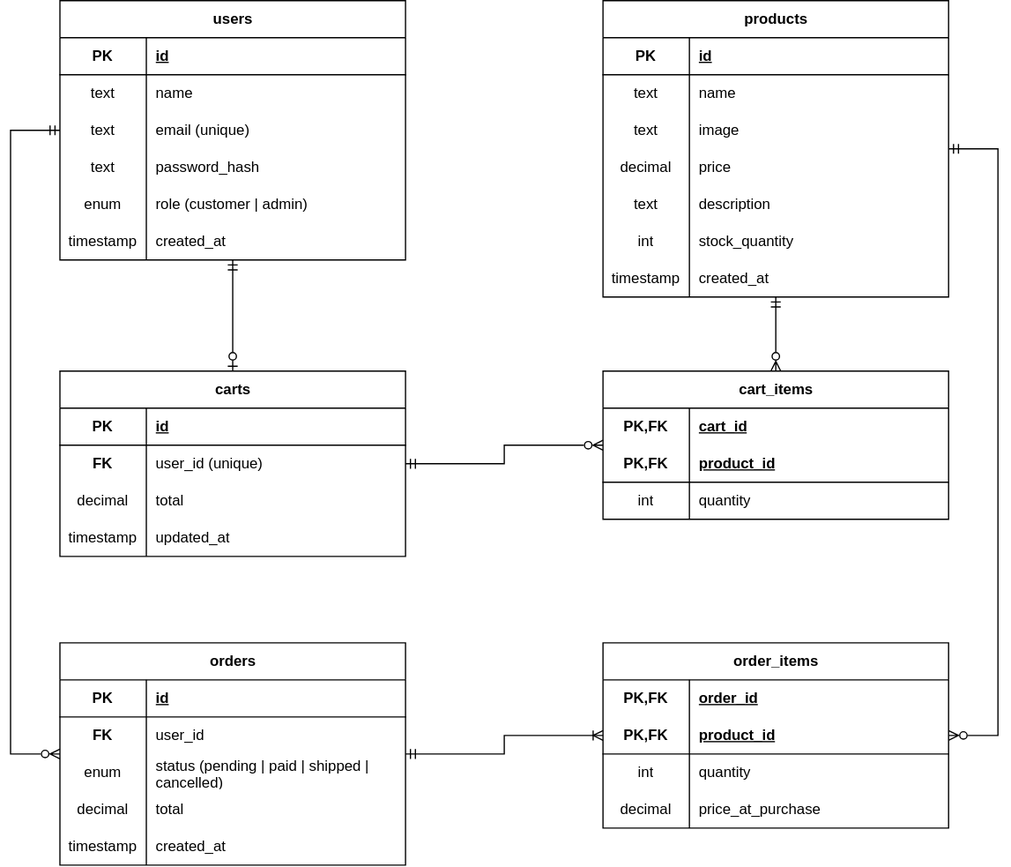
Above: docs/erd.svg in Abdallahossama/E-Commerce (draw.io), before the change. Source tidied: cells renumbered, new cells last; positions are measured from the earlier drawing's top-left corner, leaving out a move shared by most shapes.
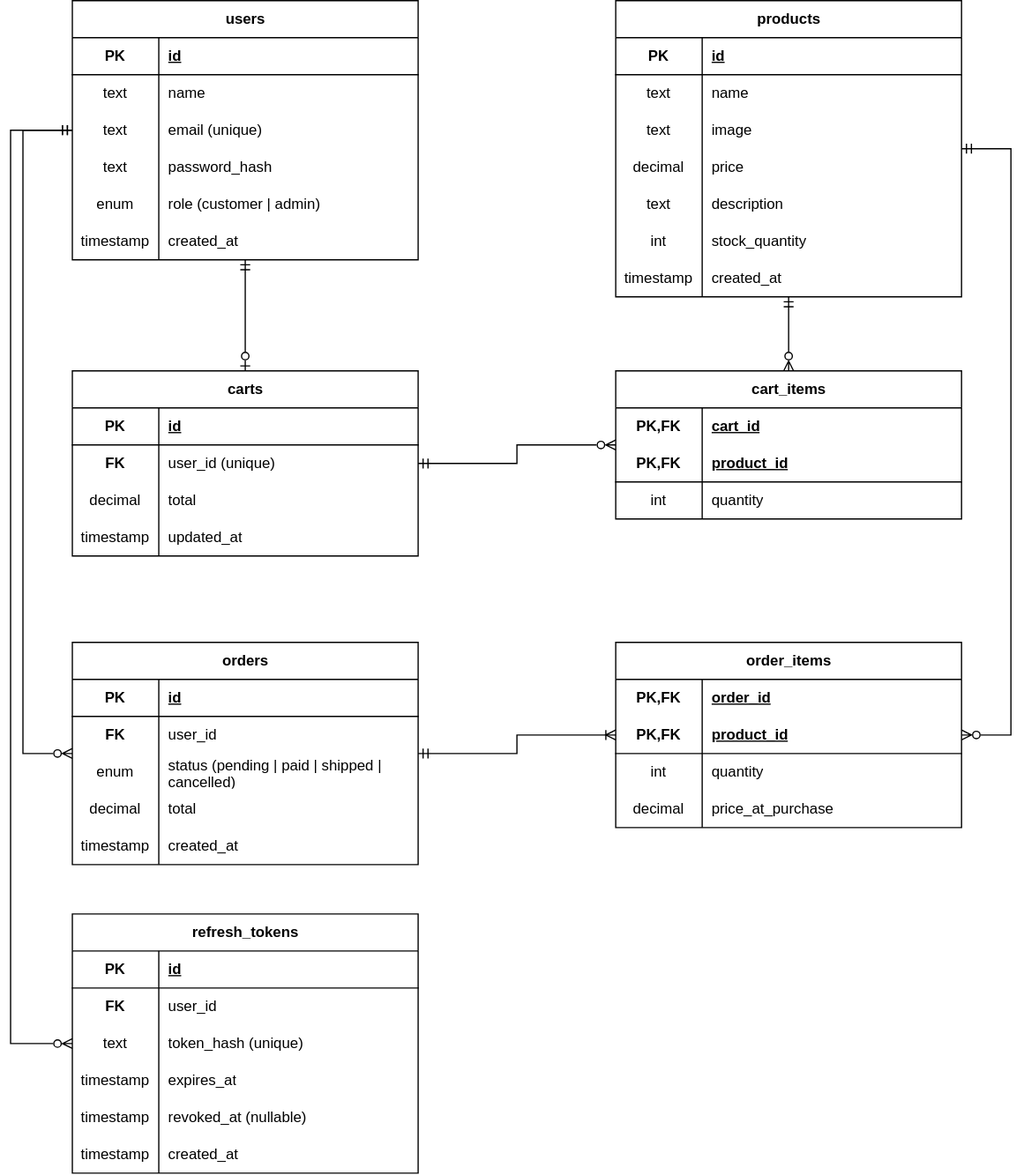
Later version of the same file.

What changed in the source:
```diff
@@ -309,5 +309,70 @@
         </Array>
       </mxGeometry>
     </mxCell>
+    <mxCell id="101" value="refresh_tokens" style="shape=table;startSize=30;rowLines=0;fontStyle=1;align=center;html=1;" parent="1" vertex="1">
+      <mxGeometry x="40" y="740" width="280" height="210" as="geometry" />
+    </mxCell>
+    <mxCell id="102" style="shape=tableRow;horizontal=0;startSize=0;swimlaneHead=0;swimlaneBody=0;fillColor=none;top=0;left=0;right=0;bottom=1;" parent="101" vertex="1">
+      <mxGeometry y="30" width="280" height="30" as="geometry" />
+    </mxCell>
+    <mxCell id="103" value="PK" style="shape=partialRectangle;fillColor=none;top=0;left=0;bottom=0;right=0;fontStyle=1;overflow=hidden;whiteSpace=wrap;html=1;" parent="102" vertex="1">
+      <mxGeometry width="70" height="30" as="geometry" />
+    </mxCell>
+    <mxCell id="104" value="id" style="shape=partialRectangle;fillColor=none;top=0;left=0;bottom=0;right=0;align=left;spacingLeft=6;fontStyle=5;overflow=hidden;whiteSpace=wrap;html=1;" parent="102" vertex="1">
+      <mxGeometry x="70" width="210" height="30" as="geometry" />
+    </mxCell>
+    <mxCell id="105" style="shape=tableRow;horizontal=0;startSize=0;swimlaneHead=0;swimlaneBody=0;fillColor=none;top=0;left=0;right=0;bottom=0;" parent="101" vertex="1">
+      <mxGeometry y="60" width="280" height="30" as="geometry" />
+    </mxCell>
+    <mxCell id="106" value="FK" style="shape=partialRectangle;fillColor=none;top=0;left=0;bottom=0;right=0;fontStyle=1;overflow=hidden;whiteSpace=wrap;html=1;" parent="105" vertex="1">
+      <mxGeometry width="70" height="30" as="geometry" />
+    </mxCell>
+    <mxCell id="107" value="user_id" style="shape=partialRectangle;fillColor=none;top=0;left=0;bottom=0;right=0;align=left;spacingLeft=6;overflow=hidden;whiteSpace=wrap;html=1;" parent="105" vertex="1">
+      <mxGeometry x="70" width="210" height="30" as="geometry" />
+    </mxCell>
+    <mxCell id="108" style="shape=tableRow;horizontal=0;startSize=0;swimlaneHead=0;swimlaneBody=0;fillColor=none;top=0;left=0;right=0;bottom=0;" parent="101" vertex="1">
+      <mxGeometry y="90" width="280" height="30" as="geometry" />
+    </mxCell>
+    <mxCell id="109" value="text" style="shape=partialRectangle;fillColor=none;top=0;left=0;bottom=0;right=0;overflow=hidden;whiteSpace=wrap;html=1;" parent="108" vertex="1">
+      <mxGeometry width="70" height="30" as="geometry" />
+    </mxCell>
+    <mxCell id="110" value="token_hash (unique)" style="shape=partialRectangle;fillColor=none;top=0;left=0;bottom=0;right=0;align=left;spacingLeft=6;overflow=hidden;whiteSpace=wrap;html=1;" parent="108" vertex="1">
+      <mxGeometry x="70" width="210" height="30" as="geometry" />
+    </mxCell>
+    <mxCell id="111" style="shape=tableRow;horizontal=0;startSize=0;swimlaneHead=0;swimlaneBody=0;fillColor=none;top=0;left=0;right=0;bottom=0;" parent="101" vertex="1">
+      <mxGeometry y="120" width="280" height="30" as="geometry" />
+    </mxCell>
+    <mxCell id="112" value="timestamp" style="shape=partialRectangle;fillColor=none;top=0;left=0;bottom=0;right=0;overflow=hidden;whiteSpace=wrap;html=1;" parent="111" vertex="1">
+      <mxGeometry width="70" height="30" as="geometry" />
+    </mxCell>
+    <mxCell id="113" value="expires_at" style="shape=partialRectangle;fillColor=none;top=0;left=0;bottom=0;right=0;align=left;spacingLeft=6;overflow=hidden;whiteSpace=wrap;html=1;" parent="111" vertex="1">
+      <mxGeometry x="70" width="210" height="30" as="geometry" />
+    </mxCell>
+    <mxCell id="114" style="shape=tableRow;horizontal=0;startSize=0;swimlaneHead=0;swimlaneBody=0;fillColor=none;top=0;left=0;right=0;bottom=0;" parent="101" vertex="1">
+      <mxGeometry y="150" width="280" height="30" as="geometry" />
+    </mxCell>
+    <mxCell id="115" value="timestamp" style="shape=partialRectangle;fillColor=none;top=0;left=0;bottom=0;right=0;overflow=hidden;whiteSpace=wrap;html=1;" parent="114" vertex="1">
+      <mxGeometry width="70" height="30" as="geometry" />
+    </mxCell>
+    <mxCell id="116" value="revoked_at (nullable)" style="shape=partialRectangle;fillColor=none;top=0;left=0;bottom=0;right=0;align=left;spacingLeft=6;overflow=hidden;whiteSpace=wrap;html=1;" parent="114" vertex="1">
+      <mxGeometry x="70" width="210" height="30" as="geometry" />
+    </mxCell>
+    <mxCell id="117" style="shape=tableRow;horizontal=0;startSize=0;swimlaneHead=0;swimlaneBody=0;fillColor=none;top=0;left=0;right=0;bottom=0;" parent="101" vertex="1">
+      <mxGeometry y="180" width="280" height="30" as="geometry" />
+    </mxCell>
+    <mxCell id="118" value="timestamp" style="shape=partialRectangle;fillColor=none;top=0;left=0;bottom=0;right=0;overflow=hidden;whiteSpace=wrap;html=1;" parent="117" vertex="1">
+      <mxGeometry width="70" height="30" as="geometry" />
+    </mxCell>
+    <mxCell id="119" value="created_at" style="shape=partialRectangle;fillColor=none;top=0;left=0;bottom=0;right=0;align=left;spacingLeft=6;overflow=hidden;whiteSpace=wrap;html=1;" parent="117" vertex="1">
+      <mxGeometry x="70" width="210" height="30" as="geometry" />
+    </mxCell>
+    <mxCell id="120" style="edgeStyle=orthogonalEdgeStyle;fontSize=12;html=1;endArrow=ERzeroToMany;startArrow=ERmandOne;endFill=0;startFill=0;rounded=0;exitX=0;exitY=0.5;exitDx=0;exitDy=0;entryX=0;entryY=0.5;entryDx=0;entryDy=0;" parent="1" edge="1" source="2" target="101">
+      <mxGeometry relative="1" as="geometry">
+        <Array as="points">
+          <mxPoint x="-10" y="105" />
+          <mxPoint x="-10" y="845" />
+        </Array>
+      </mxGeometry>
+    </mxCell>
   </root>
 </mxGraphModel>
```
